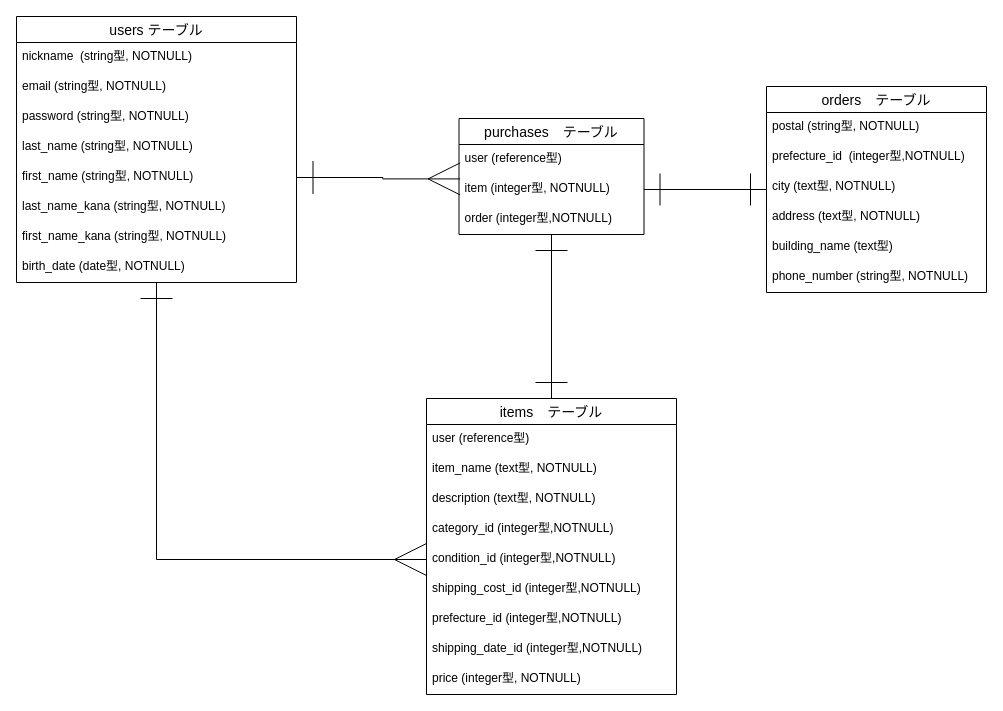
The draw.io diagram furima-32495.dio in Y-h-tomo/furima-32495, before the edit. Source tidied: cells renumbered, new cells numbered last; positions are measured from the earlier drawing's top-left corner, leaving out a move shared by most shapes. Both pictures are drawn from the tidied source at 100%, with x=0, y=0 at pixel (16, 16).
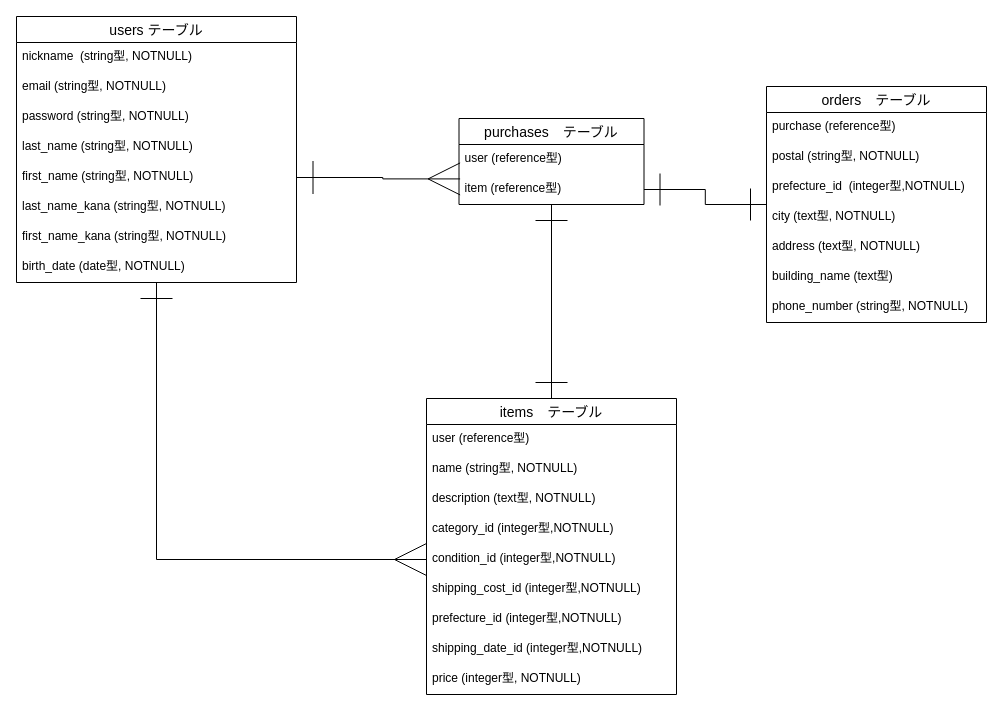
Above is the later version.

Commit message (it also covers changes not shown here):
ER図作成の修正2

Unchanged cells that the change refers to:
```xml
<mxCell id="15" value="items　テーブル" style="swimlane;fontStyle=0;horizontal=1;startSize=26;align=center;fontSize=14;" parent="1" vertex="1">
  <mxGeometry x="410" y="382" width="250" height="296" as="geometry" />
</mxCell>
```

Diff of the diagram source:
```diff
@@
-    <mxCell id="17" value="item_name (text型, NOTNULL)" style="text;strokeColor=none;fillColor=none;spacingLeft=4;spacingRight=4;overflow=hidden;fontSize=12;" parent="15" vertex="1">
+    <mxCell id="17" value="name (string型, NOTNULL)" style="text;strokeColor=none;fillColor=none;spacingLeft=4;spacingRight=4;overflow=hidden;fontSize=12;" parent="15" vertex="1">
       <mxGeometry y="56" width="250" height="30" as="geometry" />
     </mxCell>
@@
     <mxCell id="25" value="purchases　テーブル" style="swimlane;fontStyle=0;horizontal=1;startSize=26;align=center;fontSize=14;" parent="1" vertex="1">
-      <mxGeometry x="442.5" y="102" width="185" height="116" as="geometry" />
+      <mxGeometry x="442.5" y="102" width="185" height="86" as="geometry" />
     </mxCell>
@@
-    <mxCell id="27" value="item (integer型, NOTNULL)" style="text;strokeColor=none;fillColor=none;spacingLeft=4;spacingRight=4;overflow=hidden;points=[[0,0.5],[1,0.5]];portConstraint=eastwest;fontSize=12;" parent="25" vertex="1">
+    <mxCell id="27" value="item (reference型)" style="text;strokeColor=none;fillColor=none;spacingLeft=4;spacingRight=4;overflow=hidden;points=[[0,0.5],[1,0.5]];portConstraint=eastwest;fontSize=12;" parent="25" vertex="1">
       <mxGeometry y="56" width="185" height="30" as="geometry" />
     </mxCell>
-    <mxCell id="28" value="order (integer型,NOTNULL)" style="text;strokeColor=none;fillColor=none;spacingLeft=4;spacingRight=4;overflow=hidden;fontSize=12;" parent="25" vertex="1">
-      <mxGeometry y="86" width="185" height="30" as="geometry" />
-    </mxCell>
     <mxCell id="29" value="orders　テーブル" style="swimlane;fontStyle=0;horizontal=1;startSize=26;align=center;fontSize=14;" parent="1" vertex="1">
-      <mxGeometry x="750" y="70" width="220" height="206" as="geometry" />
+      <mxGeometry x="750" y="70" width="220" height="236" as="geometry" />
     </mxCell>
+    <mxCell id="36" value="purchase (reference型)" style="text;strokeColor=none;fillColor=none;spacingLeft=4;spacingRight=4;overflow=hidden;fontSize=12;" parent="29" vertex="1">
+      <mxGeometry y="26" width="220" height="30" as="geometry" />
+    </mxCell>
     <mxCell id="30" value="postal (string型, NOTNULL)" style="text;strokeColor=none;fillColor=none;spacingLeft=4;spacingRight=4;overflow=hidden;fontSize=12;" parent="29" vertex="1">
-      <mxGeometry y="26" width="220" height="30" as="geometry" />
+      <mxGeometry y="56" width="220" height="30" as="geometry" />
     </mxCell>
     <mxCell id="31" value="prefecture_id  (integer型,NOTNULL)" style="text;strokeColor=none;fillColor=none;spacingLeft=4;spacingRight=4;overflow=hidden;fontSize=12;" parent="29" vertex="1">
-      <mxGeometry y="56" width="220" height="30" as="geometry" />
+      <mxGeometry y="86" width="220" height="30" as="geometry" />
     </mxCell>
     <mxCell id="32" value="city (text型, NOTNULL)" style="text;strokeColor=none;fillColor=none;spacingLeft=4;spacingRight=4;overflow=hidden;fontSize=12;" parent="29" vertex="1">
-      <mxGeometry y="86" width="220" height="30" as="geometry" />
+      <mxGeometry y="116" width="220" height="30" as="geometry" />
     </mxCell>
     <mxCell id="33" value="address (text型, NOTNULL)" style="text;strokeColor=none;fillColor=none;spacingLeft=4;spacingRight=4;overflow=hidden;fontSize=12;" parent="29" vertex="1">
-      <mxGeometry y="116" width="220" height="30" as="geometry" />
+      <mxGeometry y="146" width="220" height="30" as="geometry" />
     </mxCell>
     <mxCell id="34" value="building_name (text型)" style="text;strokeColor=none;fillColor=none;spacingLeft=4;spacingRight=4;overflow=hidden;fontSize=12;" parent="29" vertex="1">
-      <mxGeometry y="146" width="220" height="30" as="geometry" />
+      <mxGeometry y="176" width="220" height="30" as="geometry" />
     </mxCell>
     <mxCell id="35" value="phone_number (string型, NOTNULL)" style="text;strokeColor=none;fillColor=none;spacingLeft=4;spacingRight=4;overflow=hidden;fontSize=12;" parent="29" vertex="1">
-      <mxGeometry y="176" width="220" height="30" as="geometry" />
+      <mxGeometry y="206" width="220" height="30" as="geometry" />
     </mxCell>
```
